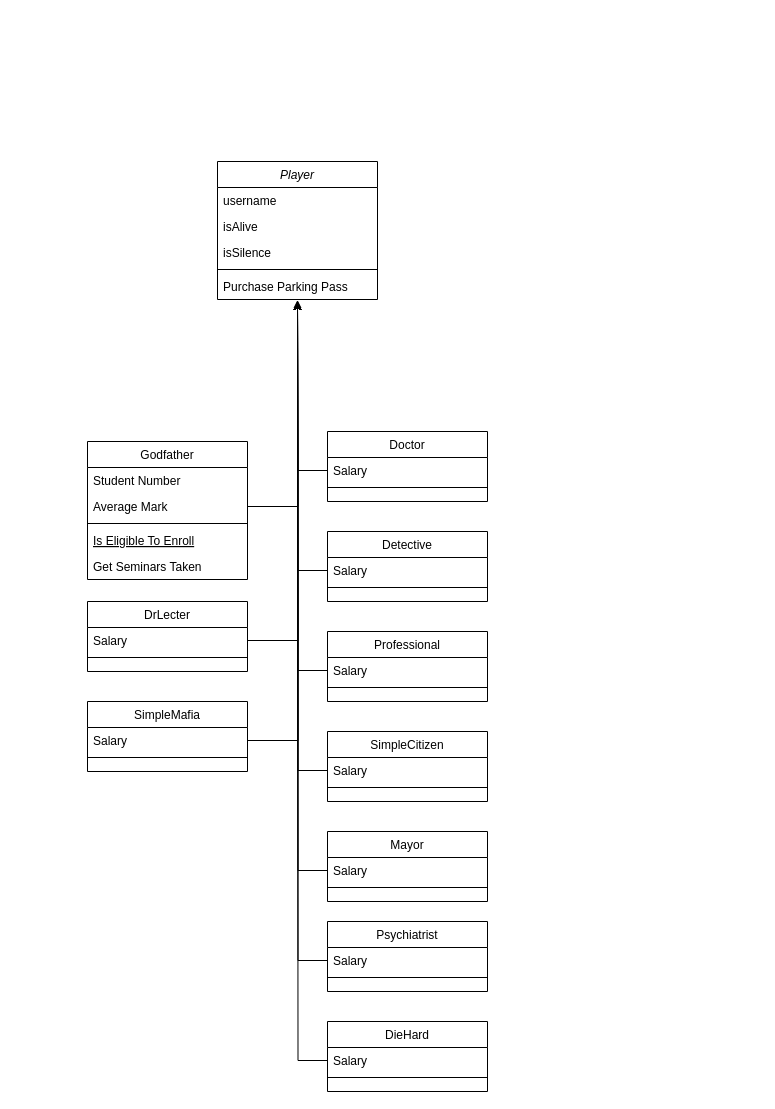
This is Untitled Diagram.drawio from Taha-Elmi/Mafia, a draw.io file, before an edit. Source tidied: cells renumbered, new cells numbered last; positions are measured from the earlier drawing's top-left corner, leaving out a move shared by most shapes. Both pictures are drawn from the tidied source at 100%, with x=0, y=0 at pixel (87, 161).
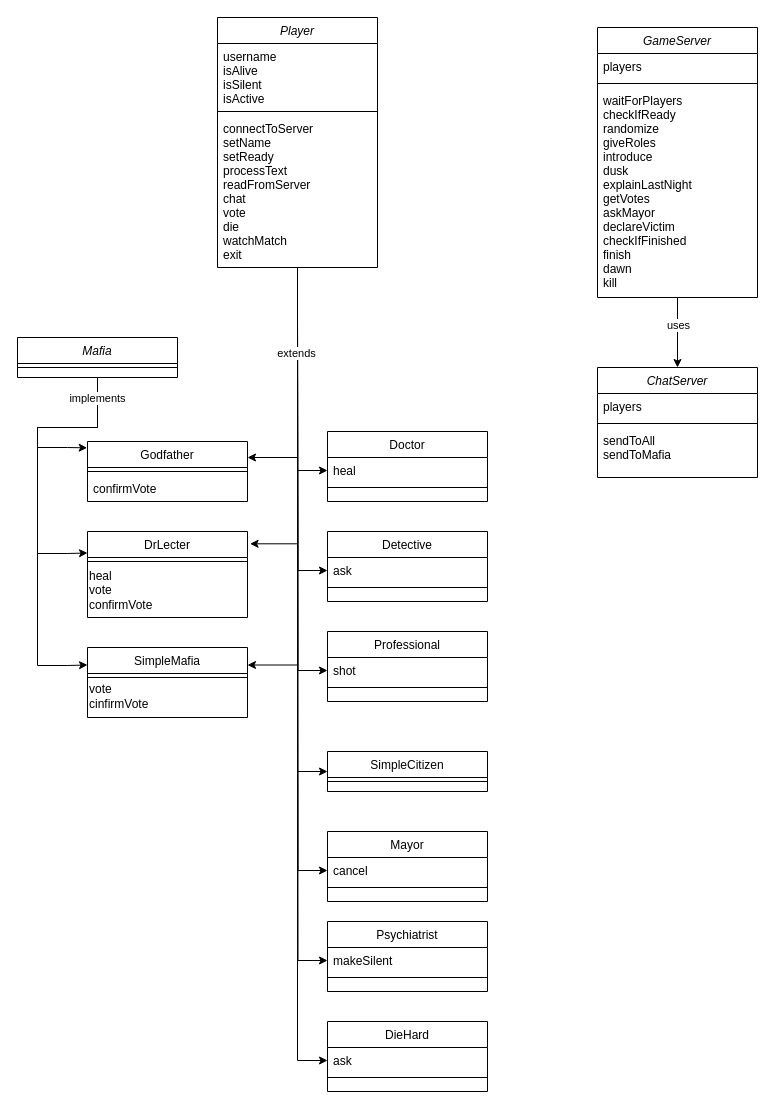
The same page after the edit.

Commit message:
Client and Server structure is designed

Unchanged cells that the change refers to:
```xml
<mxCell id="17" value="Doctor" style="swimlane;fontStyle=0;align=center;verticalAlign=top;horizontal=1;startSize=26;rounded=0;shadow=0;strokeWidth=1;" parent="1" vertex="1">
  <mxGeometry x="240" y="270" width="160" height="70" as="geometry" />
</mxCell>
<mxCell id="23" value="Detective" style="swimlane;fontStyle=0;align=center;verticalAlign=top;horizontal=1;startSize=26;rounded=0;shadow=0;strokeWidth=1;" parent="1" vertex="1">
  <mxGeometry x="240" y="370" width="160" height="70" as="geometry" />
</mxCell>
<mxCell id="26" value="Professional" style="swimlane;fontStyle=0;align=center;verticalAlign=top;horizontal=1;startSize=26;rounded=0;shadow=0;strokeWidth=1;" parent="1" vertex="1">
  <mxGeometry x="240" y="470" width="160" height="70" as="geometry" />
</mxCell>
<mxCell id="32" value="Mayor" style="swimlane;fontStyle=0;align=center;verticalAlign=top;horizontal=1;startSize=26;rounded=0;shadow=0;strokeWidth=1;" parent="1" vertex="1">
  <mxGeometry x="240" y="670" width="160" height="70" as="geometry" />
</mxCell>
<mxCell id="35" value="Psychiatrist" style="swimlane;fontStyle=0;align=center;verticalAlign=top;horizontal=1;startSize=26;rounded=0;shadow=0;strokeWidth=1;" parent="1" vertex="1">
  <mxGeometry x="240" y="760" width="160" height="70" as="geometry" />
</mxCell>
<mxCell id="38" value="DieHard" style="swimlane;fontStyle=0;align=center;verticalAlign=top;horizontal=1;startSize=26;rounded=0;shadow=0;strokeWidth=1;" parent="1" vertex="1">
  <mxGeometry x="240" y="860" width="160" height="70" as="geometry" />
</mxCell>
```

What changed in the source:
```diff
@@
     <mxCell id="2" value="Player" style="swimlane;fontStyle=2;align=center;verticalAlign=top;horizontal=1;startSize=26;rounded=0;shadow=0;strokeWidth=1;" parent="1" vertex="1">
-      <mxGeometry x="130" width="160" height="138" as="geometry" />
+      <mxGeometry x="130" y="-144" width="160" height="250" as="geometry" />
     </mxCell>
-    <mxCell id="3" value="username" style="text;align=left;verticalAlign=top;spacingLeft=4;spacingRight=4;overflow=hidden;" parent="2" vertex="1">
-      <mxGeometry y="26" width="160" height="26" as="geometry" />
+    <mxCell id="3" value="username&#10;isAlive&#10;isSilent&#10;isActive" style="text;align=left;verticalAlign=top;spacingLeft=4;spacingRight=4;overflow=hidden;" parent="2" vertex="1">
+      <mxGeometry y="26" width="160" height="64" as="geometry" />
     </mxCell>
-    <mxCell id="4" value="isAlive" style="text;align=left;verticalAlign=top;spacingLeft=4;spacingRight=4;overflow=hidden;rounded=0;shadow=0;html=0;" parent="2" vertex="1">
-      <mxGeometry y="52" width="160" height="26" as="geometry" />
-    </mxCell>
-    <mxCell id="5" value="isSilence" style="text;align=left;verticalAlign=top;spacingLeft=4;spacingRight=4;overflow=hidden;rounded=0;shadow=0;html=0;" parent="2" vertex="1">
-      <mxGeometry y="78" width="160" height="26" as="geometry" />
-    </mxCell>
     <mxCell id="6" style="line;html=1;strokeWidth=1;align=left;verticalAlign=middle;spacingTop=-1;spacingLeft=3;spacingRight=3;labelPosition=right;" parent="2" vertex="1">
-      <mxGeometry y="104" width="160" height="8" as="geometry" />
+      <mxGeometry y="90" width="160" height="8" as="geometry" />
     </mxCell>
-    <mxCell id="7" value="Purchase Parking Pass" style="text;align=left;verticalAlign=top;spacingLeft=4;spacingRight=4;overflow=hidden;" parent="2" vertex="1">
-      <mxGeometry y="112" width="160" height="26" as="geometry" />
+    <mxCell id="7" value="connectToServer&#10;setName&#10;setReady&#10;processText&#10;readFromServer&#10;chat&#10;vote&#10;die&#10;watchMatch&#10;exit" style="text;align=left;verticalAlign=top;spacingLeft=4;spacingRight=4;overflow=hidden;" parent="2" vertex="1">
+      <mxGeometry y="98" width="160" height="152" as="geometry" />
     </mxCell>
     <mxCell id="8" value="Godfather" style="swimlane;fontStyle=0;align=center;verticalAlign=top;horizontal=1;startSize=26;rounded=0;shadow=0;strokeWidth=1;" parent="1" vertex="1">
-      <mxGeometry y="280" width="160" height="138" as="geometry" />
+      <mxGeometry y="280" width="160" height="60" as="geometry" />
     </mxCell>
-    <mxCell id="9" value="Student Number" style="text;align=left;verticalAlign=top;spacingLeft=4;spacingRight=4;overflow=hidden;" parent="8" vertex="1">
-      <mxGeometry y="26" width="160" height="26" as="geometry" />
-    </mxCell>
-    <mxCell id="10" value="Average Mark" style="text;align=left;verticalAlign=top;spacingLeft=4;spacingRight=4;overflow=hidden;points=[[0,0.5],[1,0.5]];portConstraint=eastwest;rounded=0;shadow=0;html=0;" parent="8" vertex="1">
-      <mxGeometry y="52" width="160" height="26" as="geometry" />
-    </mxCell>
     <mxCell id="11" style="line;html=1;strokeWidth=1;align=left;verticalAlign=middle;spacingTop=-1;spacingLeft=3;spacingRight=3;labelPosition=right;" parent="8" vertex="1">
-      <mxGeometry y="78" width="160" height="8" as="geometry" />
+      <mxGeometry y="26" width="160" height="8" as="geometry" />
     </mxCell>
-    <mxCell id="12" value="Is Eligible To Enroll" style="text;align=left;verticalAlign=top;spacingLeft=4;spacingRight=4;overflow=hidden;fontStyle=4;" parent="8" vertex="1">
-      <mxGeometry y="86" width="160" height="26" as="geometry" />
+    <mxCell id="12" value="confirmVote" style="text;align=left;verticalAlign=top;spacingLeft=4;spacingRight=4;overflow=hidden;fontStyle=0;" parent="8" vertex="1">
+      <mxGeometry y="34" width="160" height="26" as="geometry" />
     </mxCell>
-    <mxCell id="13" value="Get Seminars Taken" style="text;align=left;verticalAlign=top;spacingLeft=4;spacingRight=4;overflow=hidden;" parent="8" vertex="1">
-      <mxGeometry y="112" width="160" height="26" as="geometry" />
-    </mxCell>
     <mxCell id="14" value="DrLecter" style="swimlane;fontStyle=0;align=center;verticalAlign=top;horizontal=1;startSize=26;rounded=0;shadow=0;strokeWidth=1;" parent="1" vertex="1">
-      <mxGeometry y="440" width="160" height="70" as="geometry" />
+      <mxGeometry y="370" width="160" height="86" as="geometry" />
     </mxCell>
-    <mxCell id="15" value="Salary" style="text;align=left;verticalAlign=top;spacingLeft=4;spacingRight=4;overflow=hidden;points=[[0,0.5],[1,0.5]];portConstraint=eastwest;" parent="14" vertex="1">
-      <mxGeometry y="26" width="160" height="26" as="geometry" />
-    </mxCell>
     <mxCell id="16" style="line;html=1;strokeWidth=1;align=left;verticalAlign=middle;spacingTop=-1;spacingLeft=3;spacingRight=3;labelPosition=right;" parent="14" vertex="1">
-      <mxGeometry y="52" width="160" height="8" as="geometry" />
+      <mxGeometry y="26" width="160" height="8" as="geometry" />
     </mxCell>
+    <mxCell id="51" value="heal&lt;br&gt;vote&lt;br&gt;confirmVote" style="text;html=1;align=left;verticalAlign=middle;strokeColor=none;" parent="14" vertex="1">
+      <mxGeometry y="34" width="160" height="50" as="geometry" />
+    </mxCell>
@@
-    <mxCell id="18" value="Salary" style="text;align=left;verticalAlign=top;spacingLeft=4;spacingRight=4;overflow=hidden;points=[[0,0.5],[1,0.5]];portConstraint=eastwest;" parent="17" vertex="1">
+    <mxCell id="18" value="heal" style="text;align=left;verticalAlign=top;spacingLeft=4;spacingRight=4;overflow=hidden;points=[[0,0.5],[1,0.5]];portConstraint=eastwest;" parent="17" vertex="1">
       <mxGeometry y="26" width="160" height="26" as="geometry" />
     </mxCell>
@@
     <mxCell id="20" value="SimpleMafia" style="swimlane;fontStyle=0;align=center;verticalAlign=top;horizontal=1;startSize=26;rounded=0;shadow=0;strokeWidth=1;" parent="1" vertex="1">
-      <mxGeometry y="540" width="160" height="70" as="geometry" />
+      <mxGeometry y="486" width="160" height="70" as="geometry" />
     </mxCell>
-    <mxCell id="21" value="Salary" style="text;align=left;verticalAlign=top;spacingLeft=4;spacingRight=4;overflow=hidden;points=[[0,0.5],[1,0.5]];portConstraint=eastwest;" parent="20" vertex="1">
-      <mxGeometry y="26" width="160" height="26" as="geometry" />
-    </mxCell>
     <mxCell id="22" style="line;html=1;strokeWidth=1;align=left;verticalAlign=middle;spacingTop=-1;spacingLeft=3;spacingRight=3;labelPosition=right;" parent="20" vertex="1">
-      <mxGeometry y="52" width="160" height="8" as="geometry" />
+      <mxGeometry y="26" width="160" height="8" as="geometry" />
     </mxCell>
+    <mxCell id="52" value="vote&lt;br&gt;cinfirmVote" style="text;html=1;align=left;verticalAlign=middle;strokeColor=none;" parent="20" vertex="1">
+      <mxGeometry y="34" width="160" height="30" as="geometry" />
+    </mxCell>
@@
-    <mxCell id="24" value="Salary" style="text;align=left;verticalAlign=top;spacingLeft=4;spacingRight=4;overflow=hidden;points=[[0,0.5],[1,0.5]];portConstraint=eastwest;" parent="23" vertex="1">
+    <mxCell id="24" value="ask" style="text;align=left;verticalAlign=top;spacingLeft=4;spacingRight=4;overflow=hidden;points=[[0,0.5],[1,0.5]];portConstraint=eastwest;" parent="23" vertex="1">
       <mxGeometry y="26" width="160" height="26" as="geometry" />
     </mxCell>
@@
-    <mxCell id="27" value="Salary" style="text;align=left;verticalAlign=top;spacingLeft=4;spacingRight=4;overflow=hidden;points=[[0,0.5],[1,0.5]];portConstraint=eastwest;" parent="26" vertex="1">
+    <mxCell id="27" value="shot" style="text;align=left;verticalAlign=top;spacingLeft=4;spacingRight=4;overflow=hidden;points=[[0,0.5],[1,0.5]];portConstraint=eastwest;" parent="26" vertex="1">
       <mxGeometry y="26" width="160" height="26" as="geometry" />
     </mxCell>
@@
     <mxCell id="29" value="SimpleCitizen" style="swimlane;fontStyle=0;align=center;verticalAlign=top;horizontal=1;startSize=26;rounded=0;shadow=0;strokeWidth=1;" parent="1" vertex="1">
-      <mxGeometry x="240" y="570" width="160" height="70" as="geometry" />
+      <mxGeometry x="240" y="590" width="160" height="40" as="geometry" />
     </mxCell>
-    <mxCell id="30" value="Salary" style="text;align=left;verticalAlign=top;spacingLeft=4;spacingRight=4;overflow=hidden;points=[[0,0.5],[1,0.5]];portConstraint=eastwest;" parent="29" vertex="1">
-      <mxGeometry y="26" width="160" height="26" as="geometry" />
-    </mxCell>
     <mxCell id="31" style="line;html=1;strokeWidth=1;align=left;verticalAlign=middle;spacingTop=-1;spacingLeft=3;spacingRight=3;labelPosition=right;" parent="29" vertex="1">
-      <mxGeometry y="52" width="160" height="8" as="geometry" />
+      <mxGeometry y="26" width="160" height="8" as="geometry" />
     </mxCell>
@@
-    <mxCell id="33" value="Salary" style="text;align=left;verticalAlign=top;spacingLeft=4;spacingRight=4;overflow=hidden;points=[[0,0.5],[1,0.5]];portConstraint=eastwest;" parent="32" vertex="1">
+    <mxCell id="33" value="cancel" style="text;align=left;verticalAlign=top;spacingLeft=4;spacingRight=4;overflow=hidden;points=[[0,0.5],[1,0.5]];portConstraint=eastwest;" parent="32" vertex="1">
       <mxGeometry y="26" width="160" height="26" as="geometry" />
     </mxCell>
@@
-    <mxCell id="36" value="Salary" style="text;align=left;verticalAlign=top;spacingLeft=4;spacingRight=4;overflow=hidden;points=[[0,0.5],[1,0.5]];portConstraint=eastwest;" parent="35" vertex="1">
+    <mxCell id="36" value="makeSilent" style="text;align=left;verticalAlign=top;spacingLeft=4;spacingRight=4;overflow=hidden;points=[[0,0.5],[1,0.5]];portConstraint=eastwest;" parent="35" vertex="1">
       <mxGeometry y="26" width="160" height="26" as="geometry" />
     </mxCell>
@@
-    <mxCell id="39" value="Salary" style="text;align=left;verticalAlign=top;spacingLeft=4;spacingRight=4;overflow=hidden;points=[[0,0.5],[1,0.5]];portConstraint=eastwest;" parent="38" vertex="1">
+    <mxCell id="39" value="ask" style="text;align=left;verticalAlign=top;spacingLeft=4;spacingRight=4;overflow=hidden;points=[[0,0.5],[1,0.5]];portConstraint=eastwest;" parent="38" vertex="1">
       <mxGeometry y="26" width="160" height="26" as="geometry" />
     </mxCell>
@@
-    <mxCell id="41" style="edgeStyle=orthogonalEdgeStyle;rounded=0;jettySize=auto;html=1;" parent="1" edge="1" source="18">
+    <mxCell id="41" style="edgeStyle=orthogonalEdgeStyle;rounded=0;jettySize=auto;html=1;" parent="1" edge="1" target="18">
       <mxGeometry relative="1" as="geometry">
-        <mxPoint x="210" y="140" as="targetPoint" />
+        <mxPoint x="210" y="160" as="sourcePoint" />
+        <Array as="points">
+          <mxPoint x="210" y="309" />
+        </Array>
       </mxGeometry>
     </mxCell>
-    <mxCell id="42" style="edgeStyle=orthogonalEdgeStyle;rounded=0;jettySize=auto;html=1;exitX=0;exitY=0.5;exitDx=0;exitDy=0;" parent="1" edge="1" source="24">
+    <mxCell id="42" style="edgeStyle=orthogonalEdgeStyle;rounded=0;jettySize=auto;html=1;entryX=0;entryY=0.5;entryDx=0;entryDy=0;" parent="1" edge="1" target="24">
       <mxGeometry relative="1" as="geometry">
-        <mxPoint x="210" y="140" as="targetPoint" />
+        <mxPoint x="210" y="160" as="sourcePoint" />
       </mxGeometry>
     </mxCell>
-    <mxCell id="43" style="edgeStyle=orthogonalEdgeStyle;rounded=0;jettySize=auto;html=1;exitX=1;exitY=0.5;exitDx=0;exitDy=0;" parent="1" edge="1" source="15">
+    <mxCell id="43" style="edgeStyle=orthogonalEdgeStyle;rounded=0;jettySize=auto;html=1;entryX=1.016;entryY=0.143;entryDx=0;entryDy=0;entryPerimeter=0;" parent="1" edge="1" target="14">
       <mxGeometry relative="1" as="geometry">
-        <mxPoint x="210" y="140" as="targetPoint" />
+        <mxPoint x="210" y="160" as="sourcePoint" />
+        <Array as="points">
+          <mxPoint x="210" y="382" />
+        </Array>
       </mxGeometry>
     </mxCell>
-    <mxCell id="44" style="edgeStyle=orthogonalEdgeStyle;rounded=0;jettySize=auto;html=1;exitX=0;exitY=0.5;exitDx=0;exitDy=0;" parent="1" edge="1" source="27">
+    <mxCell id="44" style="edgeStyle=orthogonalEdgeStyle;rounded=0;jettySize=auto;html=1;entryX=0;entryY=0.5;entryDx=0;entryDy=0;" parent="1" edge="1" target="27">
       <mxGeometry relative="1" as="geometry">
-        <mxPoint x="210" y="140" as="targetPoint" />
+        <mxPoint x="210" y="160" as="sourcePoint" />
       </mxGeometry>
     </mxCell>
-    <mxCell id="45" style="edgeStyle=orthogonalEdgeStyle;rounded=0;jettySize=auto;html=1;exitX=1;exitY=0.5;exitDx=0;exitDy=0;" parent="1" edge="1" source="21">
+    <mxCell id="45" style="edgeStyle=orthogonalEdgeStyle;rounded=0;jettySize=auto;html=1;entryX=1;entryY=0.25;entryDx=0;entryDy=0;" parent="1" edge="1" target="20">
       <mxGeometry relative="1" as="geometry">
-        <mxPoint x="210" y="140" as="targetPoint" />
+        <mxPoint x="210" y="160" as="sourcePoint" />
+        <Array as="points">
+          <mxPoint x="210" y="504" />
+        </Array>
       </mxGeometry>
     </mxCell>
-    <mxCell id="46" style="edgeStyle=orthogonalEdgeStyle;rounded=0;jettySize=auto;html=1;exitX=0;exitY=0.5;exitDx=0;exitDy=0;" parent="1" edge="1" source="30">
+    <mxCell id="46" style="edgeStyle=orthogonalEdgeStyle;rounded=0;jettySize=auto;html=1;entryX=0;entryY=0.5;entryDx=0;entryDy=0;" parent="1" edge="1" target="29">
       <mxGeometry relative="1" as="geometry">
-        <mxPoint x="210" y="140" as="targetPoint" />
+        <mxPoint x="210" y="160" as="sourcePoint" />
+        <Array as="points">
+          <mxPoint x="210" y="610" />
+        </Array>
       </mxGeometry>
     </mxCell>
-    <mxCell id="47" style="edgeStyle=orthogonalEdgeStyle;rounded=0;jettySize=auto;html=1;exitX=0;exitY=0.5;exitDx=0;exitDy=0;" parent="1" edge="1" source="33">
+    <mxCell id="47" style="edgeStyle=orthogonalEdgeStyle;rounded=0;jettySize=auto;html=1;entryX=0;entryY=0.5;entryDx=0;entryDy=0;" parent="1" edge="1" target="33">
       <mxGeometry relative="1" as="geometry">
-        <mxPoint x="210" y="140" as="targetPoint" />
+        <mxPoint x="210" y="160" as="sourcePoint" />
       </mxGeometry>
     </mxCell>
-    <mxCell id="48" style="edgeStyle=orthogonalEdgeStyle;rounded=0;jettySize=auto;html=1;exitX=0;exitY=0.5;exitDx=0;exitDy=0;" parent="1" edge="1" source="36">
+    <mxCell id="48" style="edgeStyle=orthogonalEdgeStyle;rounded=0;jettySize=auto;html=1;entryX=0;entryY=0.5;entryDx=0;entryDy=0;" parent="1" edge="1" target="36">
       <mxGeometry relative="1" as="geometry">
-        <mxPoint x="210" y="140" as="targetPoint" />
+        <mxPoint x="210" y="160" as="sourcePoint" />
       </mxGeometry>
     </mxCell>
-    <mxCell id="49" style="edgeStyle=orthogonalEdgeStyle;rounded=0;jettySize=auto;html=1;exitX=0;exitY=0.5;exitDx=0;exitDy=0;" parent="1" edge="1" source="39">
-      <mxGeometry relative="1" as="geometry">
-        <mxPoint x="210" y="138.4" as="targetPoint" />
-      </mxGeometry>
+    <mxCell id="49" style="edgeStyle=orthogonalEdgeStyle;rounded=0;jettySize=auto;html=1;exitX=0.5;exitY=1;exitDx=0;exitDy=0;entryX=0;entryY=0.5;entryDx=0;entryDy=0;" parent="1" edge="1" source="2" target="39">
+      <mxGeometry relative="1" as="geometry" />
     </mxCell>
-    <mxCell id="50" style="edgeStyle=orthogonalEdgeStyle;rounded=0;jettySize=auto;html=1;" parent="1" edge="1" source="10">
+    <mxCell id="50" style="edgeStyle=orthogonalEdgeStyle;rounded=0;orthogonalLoop=1;jettySize=auto;html=1;" parent="1" edge="1">
       <mxGeometry relative="1" as="geometry">
-        <mxPoint x="210" y="140" as="targetPoint" />
+        <mxPoint x="210" y="160" as="sourcePoint" />
+        <mxPoint x="160" y="296" as="targetPoint" />
+        <Array as="points">
+          <mxPoint x="210" y="296" />
+        </Array>
       </mxGeometry>
     </mxCell>
+    <mxCell id="53" value="extends" style="edgeLabel;html=1;align=center;verticalAlign=middle;" parent="50" vertex="1">
+      <mxGeometry x="-0.67" y="-2" relative="1" as="geometry" />
+    </mxCell>
+    <mxCell id="54" style="edgeStyle=orthogonalEdgeStyle;rounded=0;jettySize=auto;html=1;entryX=0.5;entryY=0;entryDx=0;entryDy=0;" parent="1" edge="1" source="56" target="60">
+      <mxGeometry relative="1" as="geometry" />
+    </mxCell>
+    <mxCell id="55" value="uses" style="edgeLabel;html=1;align=center;verticalAlign=middle;" parent="54" vertex="1">
+      <mxGeometry x="-0.23" relative="1" as="geometry" />
+    </mxCell>
+    <mxCell id="56" value="GameServer" style="swimlane;fontStyle=2;align=center;verticalAlign=top;horizontal=1;startSize=26;rounded=0;shadow=0;strokeWidth=1;" parent="1" vertex="1">
+      <mxGeometry x="510" y="-134" width="160" height="270" as="geometry" />
+    </mxCell>
+    <mxCell id="57" value="players" style="text;align=left;verticalAlign=top;spacingLeft=4;spacingRight=4;overflow=hidden;" parent="56" vertex="1">
+      <mxGeometry y="26" width="160" height="26" as="geometry" />
+    </mxCell>
+    <mxCell id="58" style="line;html=1;strokeWidth=1;align=left;verticalAlign=middle;spacingTop=-1;spacingLeft=3;spacingRight=3;labelPosition=right;" parent="56" vertex="1">
+      <mxGeometry y="52" width="160" height="8" as="geometry" />
+    </mxCell>
+    <mxCell id="59" value="waitForPlayers&#10;checkIfReady&#10;randomize&#10;giveRoles&#10;introduce&#10;dusk&#10;explainLastNight&#10;getVotes&#10;askMayor&#10;declareVictim&#10;checkIfFinished&#10;finish&#10;dawn&#10;kill" style="text;align=left;verticalAlign=top;spacingLeft=4;spacingRight=4;overflow=hidden;" parent="56" vertex="1">
+      <mxGeometry y="60" width="160" height="210" as="geometry" />
+    </mxCell>
+    <mxCell id="60" value="ChatServer" style="swimlane;fontStyle=2;align=center;verticalAlign=top;horizontal=1;startSize=26;rounded=0;shadow=0;strokeWidth=1;" parent="1" vertex="1">
+      <mxGeometry x="510" y="206" width="160" height="110" as="geometry" />
+    </mxCell>
+    <mxCell id="61" value="players" style="text;align=left;verticalAlign=top;spacingLeft=4;spacingRight=4;overflow=hidden;" parent="60" vertex="1">
+      <mxGeometry y="26" width="160" height="26" as="geometry" />
+    </mxCell>
+    <mxCell id="62" style="line;html=1;strokeWidth=1;align=left;verticalAlign=middle;spacingTop=-1;spacingLeft=3;spacingRight=3;labelPosition=right;" parent="60" vertex="1">
+      <mxGeometry y="52" width="160" height="8" as="geometry" />
+    </mxCell>
+    <mxCell id="63" value="sendToAll&#10;sendToMafia" style="text;align=left;verticalAlign=top;spacingLeft=4;spacingRight=4;overflow=hidden;" parent="60" vertex="1">
+      <mxGeometry y="60" width="160" height="50" as="geometry" />
+    </mxCell>
+    <mxCell id="64" style="edgeStyle=orthogonalEdgeStyle;rounded=0;jettySize=auto;html=1;entryX=-0.002;entryY=0.106;entryDx=0;entryDy=0;entryPerimeter=0;" parent="1" edge="1" source="68" target="8">
+      <mxGeometry relative="1" as="geometry">
+        <Array as="points">
+          <mxPoint x="10" y="266" />
+          <mxPoint x="-50" y="266" />
+          <mxPoint x="-50" y="286" />
+          <mxPoint x="-20" y="286" />
+        </Array>
+      </mxGeometry>
+    </mxCell>
+    <mxCell id="65" style="edgeStyle=orthogonalEdgeStyle;rounded=0;jettySize=auto;html=1;exitX=0.5;exitY=1;exitDx=0;exitDy=0;entryX=0;entryY=0.25;entryDx=0;entryDy=0;" parent="1" edge="1" source="68" target="14">
+      <mxGeometry relative="1" as="geometry">
+        <Array as="points">
+          <mxPoint x="10" y="266" />
+          <mxPoint x="-50" y="266" />
+          <mxPoint x="-50" y="392" />
+          <mxPoint x="-20" y="392" />
+        </Array>
+      </mxGeometry>
+    </mxCell>
+    <mxCell id="66" style="edgeStyle=orthogonalEdgeStyle;rounded=0;jettySize=auto;html=1;exitX=0.5;exitY=1;exitDx=0;exitDy=0;entryX=0;entryY=0.25;entryDx=0;entryDy=0;" parent="1" edge="1" source="68" target="20">
+      <mxGeometry relative="1" as="geometry">
+        <Array as="points">
+          <mxPoint x="10" y="266" />
+          <mxPoint x="-50" y="266" />
+          <mxPoint x="-50" y="504" />
+          <mxPoint x="-20" y="504" />
+        </Array>
+      </mxGeometry>
+    </mxCell>
+    <mxCell id="67" value="implements" style="edgeLabel;html=1;align=center;verticalAlign=middle;" parent="66" vertex="1">
+      <mxGeometry x="-0.9" y="-1" relative="1" as="geometry" />
+    </mxCell>
+    <mxCell id="68" value="Mafia" style="swimlane;fontStyle=2;align=center;verticalAlign=top;horizontal=1;startSize=26;rounded=0;shadow=0;strokeWidth=1;" parent="1" vertex="1">
+      <mxGeometry x="-70" y="176" width="160" height="40" as="geometry" />
+    </mxCell>
+    <mxCell id="69" style="line;html=1;strokeWidth=1;align=left;verticalAlign=middle;spacingTop=-1;spacingLeft=3;spacingRight=3;labelPosition=right;" parent="68" vertex="1">
+      <mxGeometry y="26" width="160" height="8" as="geometry" />
+    </mxCell>
```
